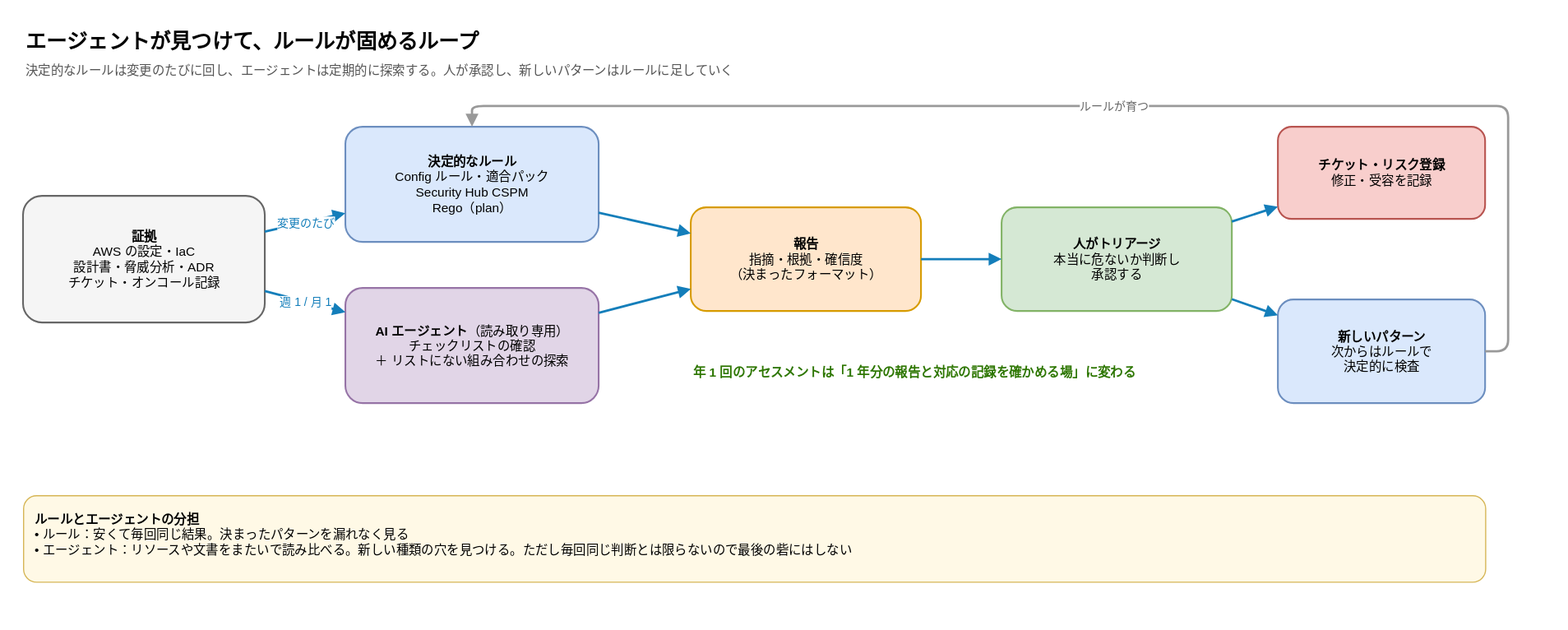
Before: images/continuous-security-assessment-ai-agent/agent-loop.drawio.svg, a diagram exported from draw.io (anfangd/zenn-content). Source tidied: cells renumbered, new cells last; positions are measured from the earlier drawing's top-left corner, leaving out a move shared by most shapes. Its diagram source:
```xml
<mxGraphModel>
  <root>
    <mxCell id="0" />
    <mxCell id="1" parent="0" />
    <mxCell id="2" value="エージェントが見つけて、ルールが固めるループ" style="text;html=1;align=left;verticalAlign=middle;fontSize=18;fontStyle=1;" parent="1" vertex="1">
      <mxGeometry width="1300" height="32" as="geometry" />
    </mxCell>
    <mxCell id="3" value="決定的なルールは変更のたびに回し、エージェントは定期的に探索する。人が承認し、新しいパターンはルールに足していく" style="text;html=1;align=left;verticalAlign=middle;fontSize=11;fontColor=#555555;" parent="1" vertex="1">
      <mxGeometry y="30" width="1300" height="22" as="geometry" />
    </mxCell>
    <mxCell id="4" value="&lt;b&gt;証拠&lt;/b&gt;&lt;br&gt;AWS の設定・IaC&lt;br&gt;設計書・脅威分析・ADR&lt;br&gt;チケット・オンコール記録" style="rounded=1;whiteSpace=wrap;html=1;fillColor=#F5F5F5;strokeColor=#666666;fontSize=11;fontStyle=1;align=center;verticalAlign=middle;spacing=8;strokeWidth=1.5;fontStyle=0;" parent="1" vertex="1">
      <mxGeometry y="150" width="210" height="110" as="geometry" />
    </mxCell>
    <mxCell id="5" value="&lt;b&gt;決定的なルール&lt;/b&gt;&lt;br&gt;Config ルール・適合パック&lt;br&gt;Security Hub CSPM&lt;br&gt;Rego（plan）" style="rounded=1;whiteSpace=wrap;html=1;fillColor=#DAE8FC;strokeColor=#6C8EBF;fontSize=11;fontStyle=1;align=center;verticalAlign=middle;spacing=8;strokeWidth=1.5;fontStyle=0;" parent="1" vertex="1">
      <mxGeometry x="280" y="90" width="220" height="100" as="geometry" />
    </mxCell>
    <mxCell id="6" value="&lt;b&gt;AI エージェント&lt;/b&gt;（読み取り専用）&lt;br&gt;チェックリストの確認&lt;br&gt;＋ リストにない組み合わせの探索" style="rounded=1;whiteSpace=wrap;html=1;fillColor=#E1D5E7;strokeColor=#9673A6;fontSize=11;fontStyle=1;align=center;verticalAlign=middle;spacing=8;strokeWidth=1.5;fontStyle=0;" parent="1" vertex="1">
      <mxGeometry x="280" y="230" width="220" height="100" as="geometry" />
    </mxCell>
    <mxCell id="7" value="&lt;b&gt;報告&lt;/b&gt;&lt;br&gt;指摘・根拠・確信度&lt;br&gt;（決まったフォーマット）" style="rounded=1;whiteSpace=wrap;html=1;fillColor=#FFE6CC;strokeColor=#D79B00;fontSize=11;fontStyle=1;align=center;verticalAlign=middle;spacing=8;strokeWidth=1.5;fontStyle=0;" parent="1" vertex="1">
      <mxGeometry x="580" y="160" width="200" height="90" as="geometry" />
    </mxCell>
    <mxCell id="8" value="&lt;b&gt;人がトリアージ&lt;/b&gt;&lt;br&gt;本当に危ないか判断し&lt;br&gt;承認する" style="rounded=1;whiteSpace=wrap;html=1;fillColor=#D5E8D4;strokeColor=#82B366;fontSize=11;fontStyle=1;align=center;verticalAlign=middle;spacing=8;strokeWidth=1.5;fontStyle=0;" parent="1" vertex="1">
      <mxGeometry x="850" y="160" width="200" height="90" as="geometry" />
    </mxCell>
    <mxCell id="9" value="&lt;b&gt;チケット・リスク登録&lt;/b&gt;&lt;br&gt;修正・受容を記録" style="rounded=1;whiteSpace=wrap;html=1;fillColor=#F8CECC;strokeColor=#B85450;fontSize=11;fontStyle=1;align=center;verticalAlign=middle;spacing=8;strokeWidth=1.5;fontStyle=0;" parent="1" vertex="1">
      <mxGeometry x="1090" y="90" width="180" height="80" as="geometry" />
    </mxCell>
    <mxCell id="10" value="&lt;b&gt;新しいパターン&lt;/b&gt;&lt;br&gt;次からはルールで&lt;br&gt;決定的に検査" style="rounded=1;whiteSpace=wrap;html=1;fillColor=#DAE8FC;strokeColor=#6C8EBF;fontSize=11;fontStyle=1;align=center;verticalAlign=middle;spacing=8;strokeWidth=1.5;fontStyle=0;" parent="1" vertex="1">
      <mxGeometry x="1090" y="240" width="180" height="90" as="geometry" />
    </mxCell>
    <mxCell id="11" value="変更のたび" style="edgeStyle=none;html=1;endArrow=block;endFill=1;strokeWidth=2;strokeColor=#147EBA;fontSize=10;labelBackgroundColor=#FFFFFF;fontColor=#147EBA;" parent="1" edge="1" source="4" target="5">
      <mxGeometry relative="1" as="geometry" />
    </mxCell>
    <mxCell id="12" value="週 1 / 月 1" style="edgeStyle=none;html=1;endArrow=block;endFill=1;strokeWidth=2;strokeColor=#147EBA;fontSize=10;labelBackgroundColor=#FFFFFF;fontColor=#147EBA;" parent="1" edge="1" source="4" target="6">
      <mxGeometry relative="1" as="geometry" />
    </mxCell>
    <mxCell id="13" style="edgeStyle=none;html=1;endArrow=block;endFill=1;strokeWidth=2;strokeColor=#147EBA;fontSize=10;labelBackgroundColor=#FFFFFF;fontColor=#147EBA;" parent="1" edge="1" source="5" target="7">
      <mxGeometry relative="1" as="geometry" />
    </mxCell>
    <mxCell id="14" style="edgeStyle=none;html=1;endArrow=block;endFill=1;strokeWidth=2;strokeColor=#147EBA;fontSize=10;labelBackgroundColor=#FFFFFF;fontColor=#147EBA;" parent="1" edge="1" source="6" target="7">
      <mxGeometry relative="1" as="geometry" />
    </mxCell>
    <mxCell id="15" style="edgeStyle=none;html=1;endArrow=block;endFill=1;strokeWidth=2;strokeColor=#147EBA;fontSize=10;labelBackgroundColor=#FFFFFF;fontColor=#147EBA;" parent="1" edge="1" source="7" target="8">
      <mxGeometry relative="1" as="geometry" />
    </mxCell>
    <mxCell id="16" style="edgeStyle=none;html=1;endArrow=block;endFill=1;strokeWidth=2;strokeColor=#147EBA;fontSize=10;labelBackgroundColor=#FFFFFF;fontColor=#147EBA;" parent="1" edge="1" source="8" target="9">
      <mxGeometry relative="1" as="geometry" />
    </mxCell>
    <mxCell id="17" style="edgeStyle=none;html=1;endArrow=block;endFill=1;strokeWidth=2;strokeColor=#147EBA;fontSize=10;labelBackgroundColor=#FFFFFF;fontColor=#147EBA;" parent="1" edge="1" source="8" target="10">
      <mxGeometry relative="1" as="geometry" />
    </mxCell>
    <mxCell id="18" value="ルールが育つ" style="edgeStyle=none;html=1;endArrow=block;endFill=1;strokeWidth=2;strokeColor=#999999;fontSize=10;labelBackgroundColor=#FFFFFF;fontColor=#666666;" parent="1" edge="1" source="10" target="5">
      <mxGeometry relative="1" as="geometry">
        <Array as="points">
          <mxPoint x="1290" y="285" />
          <mxPoint x="1290" y="72" />
          <mxPoint x="390" y="72" />
        </Array>
      </mxGeometry>
    </mxCell>
    <mxCell id="19" value="年 1 回のアセスメントは「1 年分の報告と対応の記録を確かめる場」に変わる" style="text;html=1;align=left;verticalAlign=top;whiteSpace=wrap;fontSize=11;fontStyle=1;fontColor=#2D7600;" parent="1" vertex="1">
      <mxGeometry x="580" y="290" width="460" height="30" as="geometry" />
    </mxCell>
    <mxCell id="20" value="&lt;b&gt;ルールとエージェントの分担&lt;/b&gt;&lt;br&gt;• ルール：安くて毎回同じ結果。決まったパターンを漏れなく見る&lt;br&gt;• エージェント：リソースや文書をまたいで読み比べる。新しい種類の穴を見つける。ただし毎回同じ判断とは限らないので最後の砦にはしない" style="text;html=1;align=left;verticalAlign=top;whiteSpace=wrap;rounded=1;fillColor=#FFF9E6;strokeColor=#D6B656;spacing=10;fontSize=11;" parent="1" vertex="1">
      <mxGeometry y="410" width="1270" height="75" as="geometry" />
    </mxCell>
  </root>
</mxGraphModel>
```
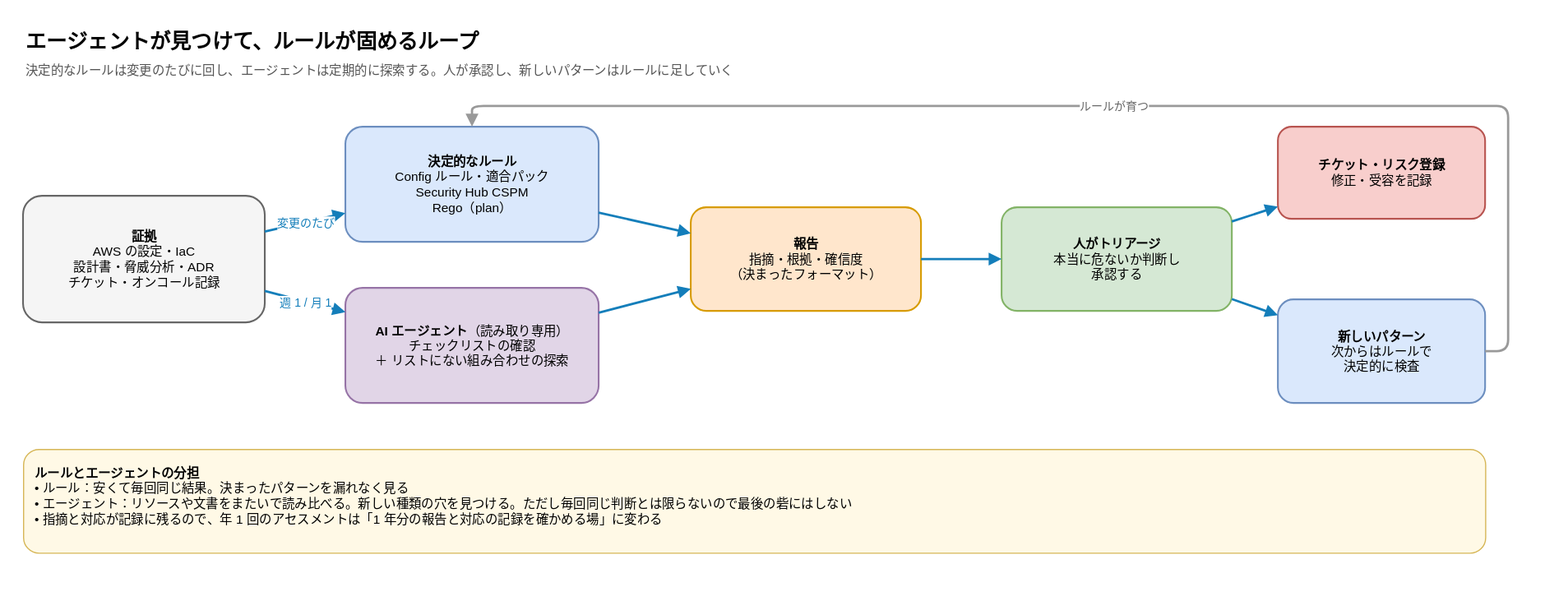
Above is the later version.

Commit message:
docs: ✏️ polish policy-hierarchy and agent-loop diagrams

Change to the diagram source:
```diff
@@ -59,11 +59,8 @@
         </Array>
       </mxGeometry>
     </mxCell>
-    <mxCell id="19" value="年 1 回のアセスメントは「1 年分の報告と対応の記録を確かめる場」に変わる" style="text;html=1;align=left;verticalAlign=top;whiteSpace=wrap;fontSize=11;fontStyle=1;fontColor=#2D7600;" parent="1" vertex="1">
-      <mxGeometry x="580" y="290" width="460" height="30" as="geometry" />
+    <mxCell id="19" value="&lt;b&gt;ルールとエージェントの分担&lt;/b&gt;&lt;br&gt;• ルール：安くて毎回同じ結果。決まったパターンを漏れなく見る&lt;br&gt;• エージェント：リソースや文書をまたいで読み比べる。新しい種類の穴を見つける。ただし毎回同じ判断とは限らないので最後の砦にはしない&lt;br&gt;• 指摘と対応が記録に残るので、年 1 回のアセスメントは「1 年分の報告と対応の記録を確かめる場」に変わる" style="text;html=1;align=left;verticalAlign=top;whiteSpace=wrap;rounded=1;fillColor=#FFF9E6;strokeColor=#D6B656;spacing=10;fontSize=11;" parent="1" vertex="1">
+      <mxGeometry y="370" width="1270" height="90" as="geometry" />
     </mxCell>
-    <mxCell id="20" value="&lt;b&gt;ルールとエージェントの分担&lt;/b&gt;&lt;br&gt;• ルール：安くて毎回同じ結果。決まったパターンを漏れなく見る&lt;br&gt;• エージェント：リソースや文書をまたいで読み比べる。新しい種類の穴を見つける。ただし毎回同じ判断とは限らないので最後の砦にはしない" style="text;html=1;align=left;verticalAlign=top;whiteSpace=wrap;rounded=1;fillColor=#FFF9E6;strokeColor=#D6B656;spacing=10;fontSize=11;" parent="1" vertex="1">
-      <mxGeometry y="410" width="1270" height="75" as="geometry" />
-    </mxCell>
   </root>
 </mxGraphModel>
```
